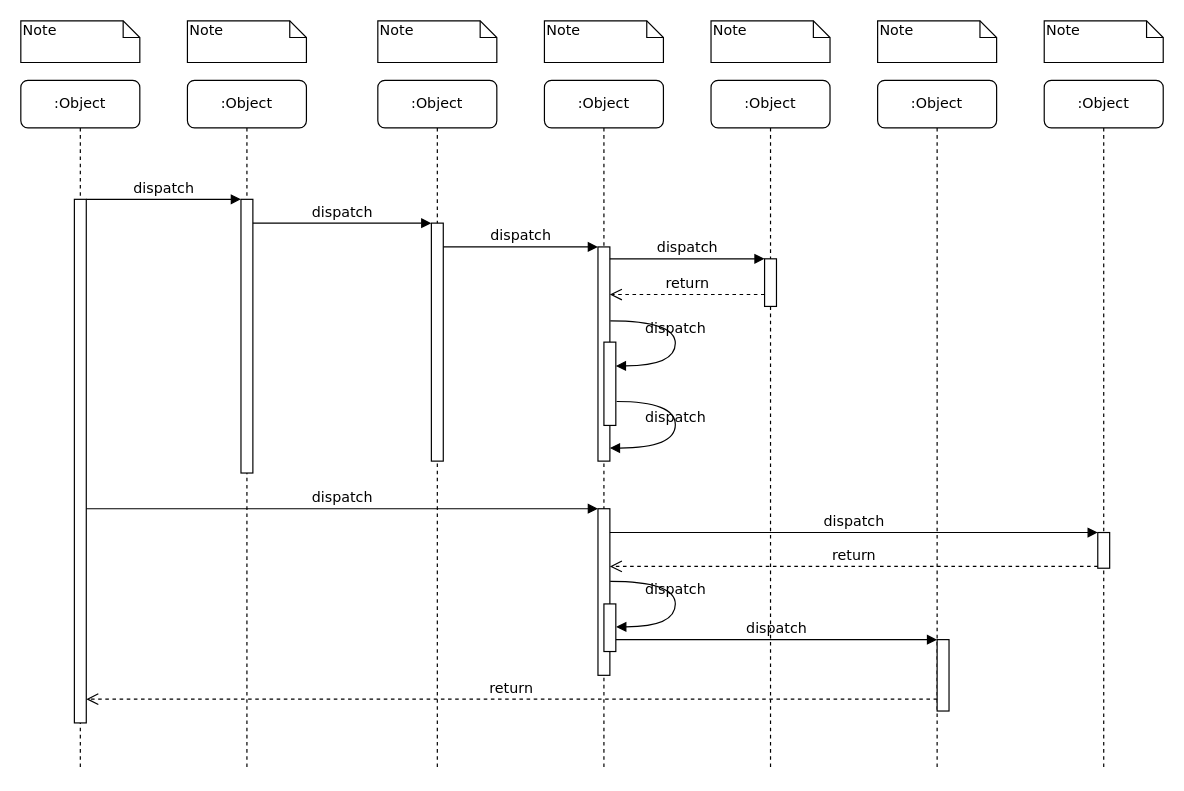
Earlier version of the draw.io diagram payin流程.drawio (dengjunwen/UML). Source tidied: cells renumbered, new cells numbered last; positions are measured from the earlier drawing's top-left corner, leaving out a move shared by most shapes. Both pictures are drawn from the tidied source at 119%, with x=0, y=0 at pixel (20, 20).
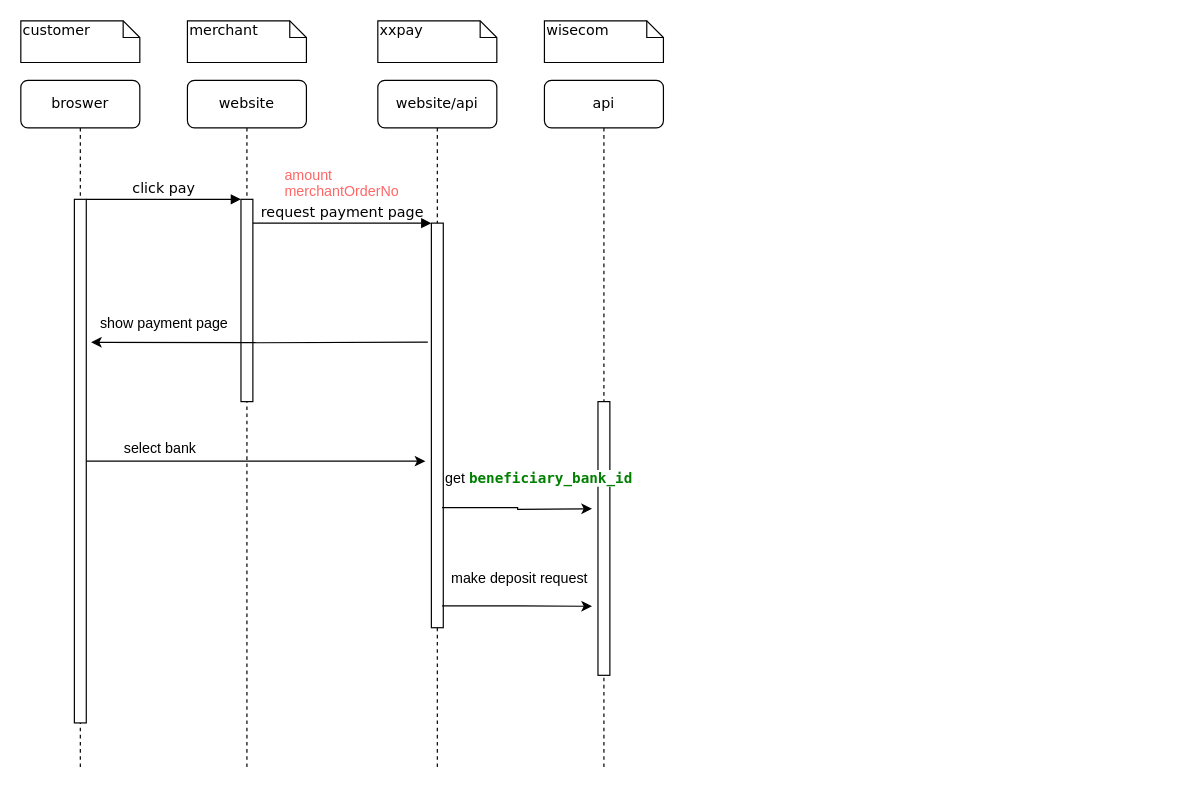
The same page after the edit.

The change refers to these unchanged cells:
```xml
<mxCell id="11" style="html=1;points=[];perimeter=orthogonalPerimeter;rounded=0;shadow=0;comic=0;labelBackgroundColor=none;strokeColor=#000000;strokeWidth=1;fillColor=#FFFFFF;fontFamily=Verdana;fontSize=12;fontColor=#000000;align=center;" parent="10" vertex="1">
  <mxGeometry x="45" y="100" width="10" height="440" as="geometry" />
</mxCell>
```

Diff of the diagram source:
```diff
@@
-    <mxCell id="2" value=":Object" style="shape=umlLifeline;perimeter=lifelinePerimeter;whiteSpace=wrap;html=1;rounded=1;shadow=0;comic=0;labelBackgroundColor=none;strokeColor=#000000;strokeWidth=1;fillColor=#FFFFFF;fontFamily=Verdana;fontSize=12;fontColor=#000000;align=center;" parent="1" vertex="1">
+    <mxCell id="2" value="website" style="shape=umlLifeline;perimeter=lifelinePerimeter;whiteSpace=wrap;html=1;rounded=1;shadow=0;comic=0;labelBackgroundColor=none;strokeColor=#000000;strokeWidth=1;fillColor=#FFFFFF;fontFamily=Verdana;fontSize=12;fontColor=#000000;align=center;" parent="1" vertex="1">
       <mxGeometry x="140" y="50" width="100" height="580" as="geometry" />
     </mxCell>
     <mxCell id="3" style="html=1;points=[];perimeter=orthogonalPerimeter;rounded=0;shadow=0;comic=0;labelBackgroundColor=none;strokeColor=#000000;strokeWidth=1;fillColor=#FFFFFF;fontFamily=Verdana;fontSize=12;fontColor=#000000;align=center;" parent="2" vertex="1">
-      <mxGeometry x="45" y="100" width="10" height="230" as="geometry" />
+      <mxGeometry x="45" y="100" width="10" height="170" as="geometry" />
     </mxCell>
-    <mxCell id="4" value=":Object" style="shape=umlLifeline;perimeter=lifelinePerimeter;whiteSpace=wrap;html=1;rounded=1;shadow=0;comic=0;labelBackgroundColor=none;strokeColor=#000000;strokeWidth=1;fillColor=#FFFFFF;fontFamily=Verdana;fontSize=12;fontColor=#000000;align=center;" parent="1" vertex="1">
+    <mxCell id="4" value="website/api" style="shape=umlLifeline;perimeter=lifelinePerimeter;whiteSpace=wrap;html=1;rounded=1;shadow=0;comic=0;labelBackgroundColor=none;strokeColor=#000000;strokeWidth=1;fillColor=#FFFFFF;fontFamily=Verdana;fontSize=12;fontColor=#000000;align=center;" parent="1" vertex="1">
       <mxGeometry x="300" y="50" width="100" height="580" as="geometry" />
     </mxCell>
     <mxCell id="5" style="html=1;points=[];perimeter=orthogonalPerimeter;rounded=0;shadow=0;comic=0;labelBackgroundColor=none;strokeColor=#000000;strokeWidth=1;fillColor=#FFFFFF;fontFamily=Verdana;fontSize=12;fontColor=#000000;align=center;" parent="4" vertex="1">
-      <mxGeometry x="45" y="120" width="10" height="200" as="geometry" />
+      <mxGeometry x="45" y="120" width="10" height="340" as="geometry" />
     </mxCell>
-    <mxCell id="6" value=":Object" style="shape=umlLifeline;perimeter=lifelinePerimeter;whiteSpace=wrap;html=1;rounded=1;shadow=0;comic=0;labelBackgroundColor=none;strokeColor=#000000;strokeWidth=1;fillColor=#FFFFFF;fontFamily=Verdana;fontSize=12;fontColor=#000000;align=center;" parent="1" vertex="1">
+    <mxCell id="6" value="api" style="shape=umlLifeline;perimeter=lifelinePerimeter;whiteSpace=wrap;html=1;rounded=1;shadow=0;comic=0;labelBackgroundColor=none;strokeColor=#000000;strokeWidth=1;fillColor=#FFFFFF;fontFamily=Verdana;fontSize=12;fontColor=#000000;align=center;" parent="1" vertex="1">
       <mxGeometry x="440" y="50" width="100" height="580" as="geometry" />
     </mxCell>
-    <mxCell id="7" value=":Object" style="shape=umlLifeline;perimeter=lifelinePerimeter;whiteSpace=wrap;html=1;rounded=1;shadow=0;comic=0;labelBackgroundColor=none;strokeColor=#000000;strokeWidth=1;fillColor=#FFFFFF;fontFamily=Verdana;fontSize=12;fontColor=#000000;align=center;" parent="1" vertex="1">
-      <mxGeometry x="580" y="50" width="100" height="580" as="geometry" />
-    </mxCell>
-    <mxCell id="8" value=":Object" style="shape=umlLifeline;perimeter=lifelinePerimeter;whiteSpace=wrap;html=1;rounded=1;shadow=0;comic=0;labelBackgroundColor=none;strokeColor=#000000;strokeWidth=1;fillColor=#FFFFFF;fontFamily=Verdana;fontSize=12;fontColor=#000000;align=center;" parent="1" vertex="1">
-      <mxGeometry x="720" y="50" width="100" height="580" as="geometry" />
-    </mxCell>
-    <mxCell id="9" value=":Object" style="shape=umlLifeline;perimeter=lifelinePerimeter;whiteSpace=wrap;html=1;rounded=1;shadow=0;comic=0;labelBackgroundColor=none;strokeColor=#000000;strokeWidth=1;fillColor=#FFFFFF;fontFamily=Verdana;fontSize=12;fontColor=#000000;align=center;" parent="1" vertex="1">
-      <mxGeometry x="860" y="50" width="100" height="580" as="geometry" />
-    </mxCell>
-    <mxCell id="10" value=":Object" style="shape=umlLifeline;perimeter=lifelinePerimeter;whiteSpace=wrap;html=1;rounded=1;shadow=0;comic=0;labelBackgroundColor=none;strokeColor=#000000;strokeWidth=1;fillColor=#FFFFFF;fontFamily=Verdana;fontSize=12;fontColor=#000000;align=center;" parent="1" vertex="1">
+    <mxCell id="10" value="broswer" style="shape=umlLifeline;perimeter=lifelinePerimeter;whiteSpace=wrap;html=1;rounded=1;shadow=0;comic=0;labelBackgroundColor=none;strokeColor=#000000;strokeWidth=1;fillColor=#FFFFFF;fontFamily=Verdana;fontSize=12;fontColor=#000000;align=center;" parent="1" vertex="1">
       <mxGeometry y="50" width="100" height="580" as="geometry" />
     </mxCell>
@@
-    <mxCell id="12" style="html=1;points=[];perimeter=orthogonalPerimeter;rounded=0;shadow=0;comic=0;labelBackgroundColor=none;strokeColor=#000000;strokeWidth=1;fillColor=#FFFFFF;fontFamily=Verdana;fontSize=12;fontColor=#000000;align=center;" parent="1" vertex="1">
-      <mxGeometry x="485" y="190" width="10" height="180" as="geometry" />
-    </mxCell>
-    <mxCell id="13" value="dispatch" style="html=1;verticalAlign=bottom;endArrow=block;labelBackgroundColor=none;fontFamily=Verdana;fontSize=12;edgeStyle=elbowEdgeStyle;elbow=vertical;" parent="1" edge="1" source="5" target="12">
-      <mxGeometry relative="1" as="geometry">
-        <Array as="points">
-          <mxPoint x="360" y="190" />
-        </Array>
-      </mxGeometry>
-    </mxCell>
-    <mxCell id="14" style="html=1;points=[];perimeter=orthogonalPerimeter;rounded=0;shadow=0;comic=0;labelBackgroundColor=none;strokeColor=#000000;strokeWidth=1;fillColor=#FFFFFF;fontFamily=Verdana;fontSize=12;fontColor=#000000;align=center;" parent="1" vertex="1">
-      <mxGeometry x="625" y="200" width="10" height="40" as="geometry" />
-    </mxCell>
-    <mxCell id="15" value="dispatch" style="html=1;verticalAlign=bottom;endArrow=block;entryX=0;entryY=0;labelBackgroundColor=none;fontFamily=Verdana;fontSize=12;edgeStyle=elbowEdgeStyle;elbow=vertical;" parent="1" edge="1" source="12" target="14">
-      <mxGeometry relative="1" as="geometry" />
-    </mxCell>
-    <mxCell id="16" value="return" style="html=1;verticalAlign=bottom;endArrow=open;dashed=1;endSize=8;labelBackgroundColor=none;fontFamily=Verdana;fontSize=12;edgeStyle=elbowEdgeStyle;elbow=vertical;" parent="1" edge="1" source="14" target="12">
-      <mxGeometry relative="1" as="geometry">
-        <Array as="points">
-          <mxPoint x="570" y="230" />
-          <mxPoint x="600" y="230" />
-        </Array>
-      </mxGeometry>
-    </mxCell>
     <mxCell id="17" style="html=1;points=[];perimeter=orthogonalPerimeter;rounded=0;shadow=0;comic=0;labelBackgroundColor=none;strokeColor=#000000;strokeWidth=1;fillColor=#FFFFFF;fontFamily=Verdana;fontSize=12;fontColor=#000000;align=center;" parent="1" vertex="1">
-      <mxGeometry x="485" y="410" width="10" height="140" as="geometry" />
+      <mxGeometry x="485" y="320" width="10" height="230" as="geometry" />
     </mxCell>
-    <mxCell id="18" value="dispatch" style="html=1;verticalAlign=bottom;endArrow=block;entryX=0;entryY=0;labelBackgroundColor=none;fontFamily=Verdana;fontSize=12;" parent="1" edge="1" source="11" target="17">
-      <mxGeometry relative="1" as="geometry" />
-    </mxCell>
-    <mxCell id="19" style="html=1;points=[];perimeter=orthogonalPerimeter;rounded=0;shadow=0;comic=0;labelBackgroundColor=none;strokeColor=#000000;strokeWidth=1;fillColor=#FFFFFF;fontFamily=Verdana;fontSize=12;fontColor=#000000;align=center;" parent="1" vertex="1">
-      <mxGeometry x="905" y="430" width="10" height="30" as="geometry" />
-    </mxCell>
-    <mxCell id="20" value="dispatch" style="html=1;verticalAlign=bottom;endArrow=block;entryX=0;entryY=0;labelBackgroundColor=none;fontFamily=Verdana;fontSize=12;" parent="1" edge="1" source="17" target="19">
-      <mxGeometry relative="1" as="geometry" />
-    </mxCell>
-    <mxCell id="21" value="return" style="html=1;verticalAlign=bottom;endArrow=open;dashed=1;endSize=8;exitX=0;exitY=0.95;labelBackgroundColor=none;fontFamily=Verdana;fontSize=12;" parent="1" edge="1" source="19" target="17">
-      <mxGeometry relative="1" as="geometry" />
-    </mxCell>
-    <mxCell id="22" style="html=1;points=[];perimeter=orthogonalPerimeter;rounded=0;shadow=0;comic=0;labelBackgroundColor=none;strokeColor=#000000;strokeWidth=1;fillColor=#FFFFFF;fontFamily=Verdana;fontSize=12;fontColor=#000000;align=center;" parent="1" vertex="1">
-      <mxGeometry x="770" y="520" width="10" height="60" as="geometry" />
-    </mxCell>
-    <mxCell id="23" value="dispatch" style="html=1;verticalAlign=bottom;endArrow=block;entryX=0;entryY=0;labelBackgroundColor=none;fontFamily=Verdana;fontSize=12;edgeStyle=elbowEdgeStyle;elbow=vertical;" parent="1" edge="1" source="30" target="22">
-      <mxGeometry relative="1" as="geometry" />
-    </mxCell>
-    <mxCell id="24" value="return" style="html=1;verticalAlign=bottom;endArrow=open;dashed=1;endSize=8;labelBackgroundColor=none;fontFamily=Verdana;fontSize=12;edgeStyle=elbowEdgeStyle;elbow=vertical;" parent="1" edge="1" source="22" target="11">
-      <mxGeometry relative="1" as="geometry">
-        <Array as="points">
-          <mxPoint x="470" y="570" />
-        </Array>
-      </mxGeometry>
-    </mxCell>
-    <mxCell id="25" value="dispatch" style="html=1;verticalAlign=bottom;endArrow=block;entryX=0;entryY=0;labelBackgroundColor=none;fontFamily=Verdana;fontSize=12;edgeStyle=elbowEdgeStyle;elbow=vertical;" parent="1" edge="1" source="11" target="3">
+    <mxCell id="25" value="click pay" style="html=1;verticalAlign=bottom;endArrow=block;entryX=0;entryY=0;labelBackgroundColor=none;fontFamily=Verdana;fontSize=12;edgeStyle=elbowEdgeStyle;elbow=vertical;" parent="1" edge="1" source="11" target="3">
       <mxGeometry relative="1" as="geometry" />
     </mxCell>
-    <mxCell id="26" value="dispatch" style="html=1;verticalAlign=bottom;endArrow=block;entryX=0;entryY=0;labelBackgroundColor=none;fontFamily=Verdana;fontSize=12;edgeStyle=elbowEdgeStyle;elbow=vertical;" parent="1" edge="1" source="3" target="5">
+    <mxCell id="26" value="request payment page" style="html=1;verticalAlign=bottom;endArrow=block;entryX=0;entryY=0;labelBackgroundColor=none;fontFamily=Verdana;fontSize=12;edgeStyle=elbowEdgeStyle;elbow=vertical;" parent="1" edge="1" source="3" target="5">
       <mxGeometry relative="1" as="geometry" />
     </mxCell>
-    <mxCell id="27" style="html=1;points=[];perimeter=orthogonalPerimeter;rounded=0;shadow=0;comic=0;labelBackgroundColor=none;strokeColor=#000000;strokeWidth=1;fillColor=#FFFFFF;fontFamily=Verdana;fontSize=12;fontColor=#000000;align=center;" parent="1" vertex="1">
-      <mxGeometry x="490" y="270" width="10" height="70" as="geometry" />
-    </mxCell>
-    <mxCell id="28" value="dispatch" style="html=1;verticalAlign=bottom;endArrow=block;labelBackgroundColor=none;fontFamily=Verdana;fontSize=12;elbow=vertical;edgeStyle=orthogonalEdgeStyle;curved=1;entryX=1;entryY=0.286;entryPerimeter=0;exitX=1.038;exitY=0.345;exitPerimeter=0;" parent="1" edge="1" source="12" target="27">
-      <mxGeometry relative="1" as="geometry">
-        <Array as="points">
-          <mxPoint x="550" y="252" />
-          <mxPoint x="550" y="290" />
-        </Array>
-      </mxGeometry>
-    </mxCell>
-    <mxCell id="29" value="dispatch" style="html=1;verticalAlign=bottom;endArrow=block;labelBackgroundColor=none;fontFamily=Verdana;fontSize=12;elbow=vertical;edgeStyle=orthogonalEdgeStyle;curved=1;exitX=1.066;exitY=0.713;exitPerimeter=0;" parent="1" edge="1" source="27">
-      <mxGeometry relative="1" as="geometry">
-        <mxPoint x="495" y="359" as="targetPoint" />
-        <Array as="points">
-          <mxPoint x="550" y="320" />
-          <mxPoint x="550" y="359" />
-        </Array>
-      </mxGeometry>
-    </mxCell>
-    <mxCell id="30" style="html=1;points=[];perimeter=orthogonalPerimeter;rounded=0;shadow=0;comic=0;labelBackgroundColor=none;strokeColor=#000000;strokeWidth=1;fillColor=#FFFFFF;fontFamily=Verdana;fontSize=12;fontColor=#000000;align=center;" parent="1" vertex="1">
-      <mxGeometry x="490" y="490" width="10" height="40" as="geometry" />
-    </mxCell>
-    <mxCell id="31" value="dispatch" style="html=1;verticalAlign=bottom;endArrow=block;labelBackgroundColor=none;fontFamily=Verdana;fontSize=12;elbow=vertical;edgeStyle=orthogonalEdgeStyle;curved=1;entryX=1;entryY=0.286;entryPerimeter=0;exitX=1.038;exitY=0.345;exitPerimeter=0;" parent="1" edge="1">
-      <mxGeometry relative="1" as="geometry">
-        <mxPoint x="495.3" y="471" as="sourcePoint" />
-        <mxPoint x="500.3" y="509.3" as="targetPoint" />
-        <Array as="points">
-          <mxPoint x="550" y="471" />
-          <mxPoint x="550" y="509" />
-        </Array>
-      </mxGeometry>
-    </mxCell>
-    <mxCell id="32" value="Note" style="shape=note;whiteSpace=wrap;html=1;size=14;verticalAlign=top;align=left;spacingTop=-6;rounded=0;shadow=0;comic=0;labelBackgroundColor=none;strokeColor=#000000;strokeWidth=1;fillColor=#FFFFFF;fontFamily=Verdana;fontSize=12;fontColor=#000000;" parent="1" vertex="1">
+    <mxCell id="32" value="customer" style="shape=note;whiteSpace=wrap;html=1;size=14;verticalAlign=top;align=left;spacingTop=-6;rounded=0;shadow=0;comic=0;labelBackgroundColor=none;strokeColor=#000000;strokeWidth=1;fillColor=#FFFFFF;fontFamily=Verdana;fontSize=12;fontColor=#000000;" parent="1" vertex="1">
       <mxGeometry width="100" height="35" as="geometry" />
     </mxCell>
-    <mxCell id="33" value="Note" style="shape=note;whiteSpace=wrap;html=1;size=14;verticalAlign=top;align=left;spacingTop=-6;rounded=0;shadow=0;comic=0;labelBackgroundColor=none;strokeColor=#000000;strokeWidth=1;fillColor=#FFFFFF;fontFamily=Verdana;fontSize=12;fontColor=#000000;" parent="1" vertex="1">
+    <mxCell id="33" value="merchant" style="shape=note;whiteSpace=wrap;html=1;size=14;verticalAlign=top;align=left;spacingTop=-6;rounded=0;shadow=0;comic=0;labelBackgroundColor=none;strokeColor=#000000;strokeWidth=1;fillColor=#FFFFFF;fontFamily=Verdana;fontSize=12;fontColor=#000000;" parent="1" vertex="1">
       <mxGeometry x="140" width="100" height="35" as="geometry" />
     </mxCell>
-    <mxCell id="34" value="Note" style="shape=note;whiteSpace=wrap;html=1;size=14;verticalAlign=top;align=left;spacingTop=-6;rounded=0;shadow=0;comic=0;labelBackgroundColor=none;strokeColor=#000000;strokeWidth=1;fillColor=#FFFFFF;fontFamily=Verdana;fontSize=12;fontColor=#000000;" parent="1" vertex="1">
+    <mxCell id="34" value="xxpay" style="shape=note;whiteSpace=wrap;html=1;size=14;verticalAlign=top;align=left;spacingTop=-6;rounded=0;shadow=0;comic=0;labelBackgroundColor=none;strokeColor=#000000;strokeWidth=1;fillColor=#FFFFFF;fontFamily=Verdana;fontSize=12;fontColor=#000000;" parent="1" vertex="1">
       <mxGeometry x="300" width="100" height="35" as="geometry" />
     </mxCell>
-    <mxCell id="35" value="Note" style="shape=note;whiteSpace=wrap;html=1;size=14;verticalAlign=top;align=left;spacingTop=-6;rounded=0;shadow=0;comic=0;labelBackgroundColor=none;strokeColor=#000000;strokeWidth=1;fillColor=#FFFFFF;fontFamily=Verdana;fontSize=12;fontColor=#000000;" parent="1" vertex="1">
+    <mxCell id="35" value="wisecom" style="shape=note;whiteSpace=wrap;html=1;size=14;verticalAlign=top;align=left;spacingTop=-6;rounded=0;shadow=0;comic=0;labelBackgroundColor=none;strokeColor=#000000;strokeWidth=1;fillColor=#FFFFFF;fontFamily=Verdana;fontSize=12;fontColor=#000000;" parent="1" vertex="1">
       <mxGeometry x="440" width="100" height="35" as="geometry" />
     </mxCell>
-    <mxCell id="36" value="Note" style="shape=note;whiteSpace=wrap;html=1;size=14;verticalAlign=top;align=left;spacingTop=-6;rounded=0;shadow=0;comic=0;labelBackgroundColor=none;strokeColor=#000000;strokeWidth=1;fillColor=#FFFFFF;fontFamily=Verdana;fontSize=12;fontColor=#000000;" parent="1" vertex="1">
-      <mxGeometry x="580" width="100" height="35" as="geometry" />
-    </mxCell>
-    <mxCell id="37" value="Note" style="shape=note;whiteSpace=wrap;html=1;size=14;verticalAlign=top;align=left;spacingTop=-6;rounded=0;shadow=0;comic=0;labelBackgroundColor=none;strokeColor=#000000;strokeWidth=1;fillColor=#FFFFFF;fontFamily=Verdana;fontSize=12;fontColor=#000000;" parent="1" vertex="1">
-      <mxGeometry x="720" width="100" height="35" as="geometry" />
-    </mxCell>
-    <mxCell id="38" value="Note" style="shape=note;whiteSpace=wrap;html=1;size=14;verticalAlign=top;align=left;spacingTop=-6;rounded=0;shadow=0;comic=0;labelBackgroundColor=none;strokeColor=#000000;strokeWidth=1;fillColor=#FFFFFF;fontFamily=Verdana;fontSize=12;fontColor=#000000;" parent="1" vertex="1">
-      <mxGeometry x="860" width="100" height="35" as="geometry" />
-    </mxCell>
+    <mxCell id="39" value="&lt;font color=&quot;#ff6666&quot;&gt;amount&lt;br&gt;merchantOrderNo&lt;br&gt;&lt;/font&gt;" style="text;html=1;align=left;verticalAlign=top;spacingTop=-4;" parent="1" vertex="1">
+      <mxGeometry x="220" y="120" width="110" height="30" as="geometry" />
+    </mxCell>
+    <mxCell id="40" style="edgeStyle=orthogonalEdgeStyle;rounded=0;jettySize=auto;html=1;entryX=1.4;entryY=0.273;entryDx=0;entryDy=0;entryPerimeter=0;" parent="1" edge="1" target="11">
+      <mxGeometry relative="1" as="geometry">
+        <mxPoint x="342" y="270" as="sourcePoint" />
+      </mxGeometry>
+    </mxCell>
+    <mxCell id="41" value="show payment page" style="text;html=1;align=left;verticalAlign=top;spacingTop=-4;" parent="1" vertex="1">
+      <mxGeometry x="65" y="245" width="120" height="20" as="geometry" />
+    </mxCell>
+    <mxCell id="42" style="edgeStyle=orthogonalEdgeStyle;rounded=0;jettySize=auto;html=1;" parent="1" edge="1" source="11">
+      <mxGeometry relative="1" as="geometry">
+        <mxPoint x="340" y="370" as="targetPoint" />
+      </mxGeometry>
+    </mxCell>
+    <mxCell id="43" value="select bank&lt;br&gt;" style="text;html=1;align=left;verticalAlign=top;spacingTop=-4;" parent="1" vertex="1">
+      <mxGeometry x="85" y="350" width="80" height="20" as="geometry" />
+    </mxCell>
+    <mxCell id="44" style="edgeStyle=orthogonalEdgeStyle;rounded=0;jettySize=auto;html=1;exitX=0.9;exitY=0.703;exitDx=0;exitDy=0;exitPerimeter=0;" parent="1" edge="1" source="5">
+      <mxGeometry relative="1" as="geometry">
+        <mxPoint x="480" y="410" as="targetPoint" />
+      </mxGeometry>
+    </mxCell>
+    <mxCell id="45" value="get&amp;nbsp;&lt;span style=&quot;color: rgb(0 , 128 , 0) ; font-weight: bold ; background-color: rgb(255 , 255 , 255) ; font-family: &amp;#34;menlo&amp;#34; ; font-size: 9pt&quot;&gt;beneficiary_bank_id&lt;/span&gt;&lt;span&gt;&amp;nbsp;&lt;/span&gt;&lt;br&gt;" style="text;html=1;align=left;verticalAlign=top;spacingTop=-4;" parent="1" vertex="1">
+      <mxGeometry x="355" y="375" width="180" height="20" as="geometry" />
+    </mxCell>
+    <mxCell id="46" style="edgeStyle=orthogonalEdgeStyle;rounded=0;jettySize=auto;html=1;exitX=0.9;exitY=0.946;exitDx=0;exitDy=0;exitPerimeter=0;" parent="1" edge="1" source="5">
+      <mxGeometry relative="1" as="geometry">
+        <mxPoint x="480" y="492" as="targetPoint" />
+      </mxGeometry>
+    </mxCell>
+    <mxCell id="47" value="make deposit request" style="text;html=1;align=left;verticalAlign=top;spacingTop=-4;" parent="1" vertex="1">
+      <mxGeometry x="360" y="459" width="130" height="20" as="geometry" />
+    </mxCell>
```
